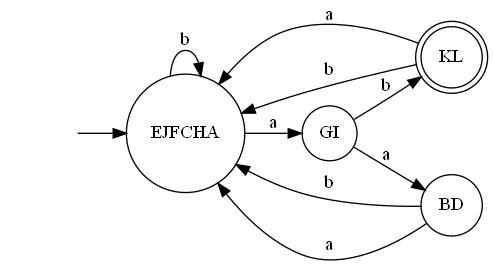
This is tfm/static/imagem/AFD_MIN.gv.png from LPfontes/projeto_ling_formal, a Graphviz export, as it was before one commit. Its source is kept beside it as tfm/static/imagem/AFD_MIN.gv.
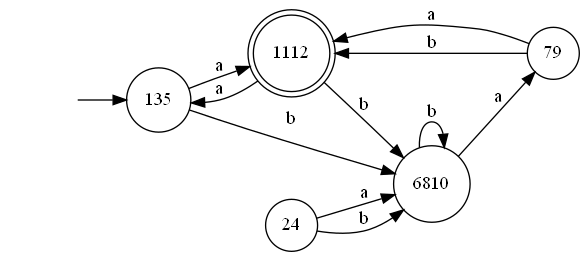
After the change.

Diff of the diagram source:
```diff
@@ -1,17 +1,20 @@
 digraph "tfm\static\imagem\AFD_MIN" {
 	graph [rankdir=LR]
 	"" [label="" shape=plaintext]
-	KL [label=KL shape=doublecircle]
-	BD [label=BD shape=circle]
-	GI [label=GI shape=circle]
-	EJFCHA [label=EJFCHA shape=circle]
-	"" -> EJFCHA [label=""]
-	EJFCHA -> GI [label=a]
-	EJFCHA -> EJFCHA [label=b]
-	BD -> EJFCHA [label=a]
-	BD -> EJFCHA [label=b]
-	GI -> BD [label=a]
-	GI -> KL [label=b]
-	KL -> EJFCHA [label=a]
-	KL -> EJFCHA [label=b]
+	1112 [label=1112 shape=doublecircle]
+	24 [label=24 shape=circle]
+	79 [label=79 shape=circle]
+	135 [label=135 shape=circle]
+	6810 [label=6810 shape=circle]
+	"" -> 135 [label=""]
+	1112 -> 135 [label=a]
+	1112 -> 6810 [label=b]
+	135 -> 1112 [label=a]
+	135 -> 6810 [label=b]
+	6810 -> 79 [label=a]
+	6810 -> 6810 [label=b]
+	24 -> 6810 [label=a]
+	24 -> 6810 [label=b]
+	79 -> 1112 [label=a]
+	79 -> 1112 [label=b]
 }
```
